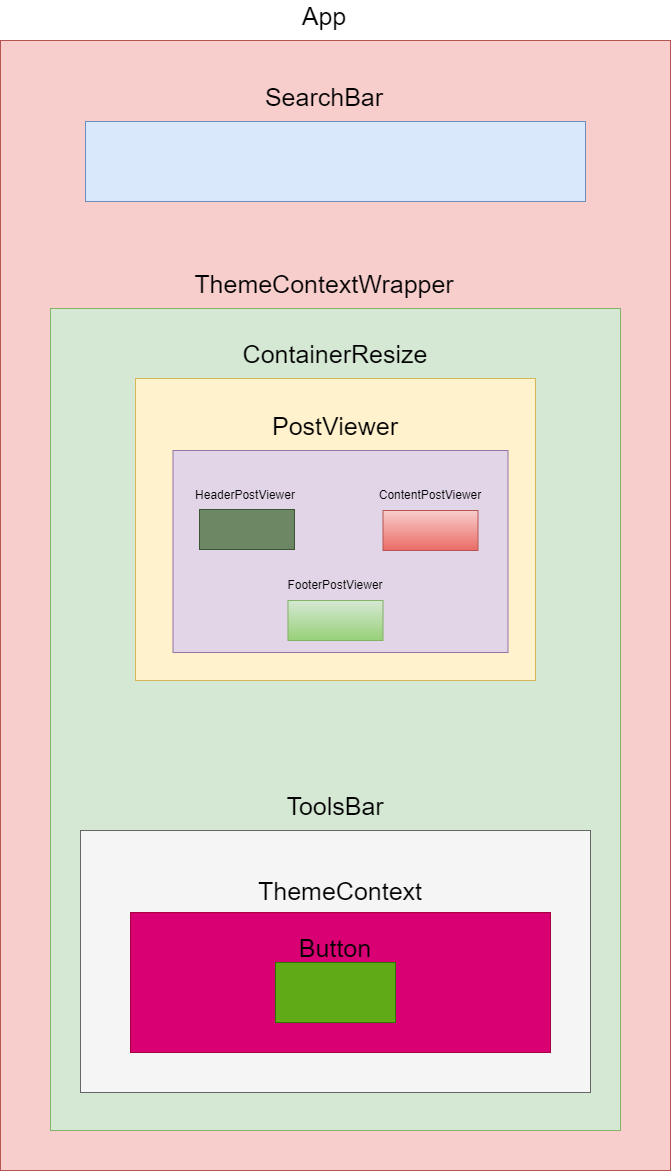
Before: documentation/images/agencement-composants.png, a diagram exported from draw.io (PikkMoune71/projet-react-ynov). Source tidied: cells renumbered, new cells last; positions are measured from the earlier drawing's top-left corner, leaving out a move shared by most shapes. Source of this version:
```xml
<mxGraphModel>
  <root>
    <mxCell id="0" />
    <mxCell id="1" parent="0" />
    <mxCell id="2" style="rounded=0;whiteSpace=wrap;html=1;fillColor=#f8cecc;strokeColor=#b85450;" parent="1" vertex="1">
      <mxGeometry y="40" width="670" height="1130" as="geometry" />
    </mxCell>
    <mxCell id="3" style="rounded=0;whiteSpace=wrap;html=1;fillColor=#dae8fc;strokeColor=#6c8ebf;" parent="1" vertex="1">
      <mxGeometry x="85" y="121" width="500" height="80" as="geometry" />
    </mxCell>
    <mxCell id="4" style="rounded=0;whiteSpace=wrap;html=1;fillColor=#d5e8d4;strokeColor=#82b366;" parent="1" vertex="1">
      <mxGeometry x="50" y="308" width="570" height="822" as="geometry" />
    </mxCell>
    <mxCell id="5" value="&lt;font style=&quot;font-size: 25px;&quot;&gt;App&lt;/font&gt;" style="text;html=1;strokeColor=none;fillColor=none;align=center;verticalAlign=middle;whiteSpace=wrap;rounded=0;" parent="1" vertex="1">
      <mxGeometry x="294" width="60" height="30" as="geometry" />
    </mxCell>
    <mxCell id="6" value="&lt;font style=&quot;font-size: 25px;&quot;&gt;SearchBar&lt;/font&gt;" style="text;html=1;strokeColor=none;fillColor=none;align=center;verticalAlign=middle;whiteSpace=wrap;rounded=0;" parent="1" vertex="1">
      <mxGeometry x="294" y="81" width="60" height="30" as="geometry" />
    </mxCell>
    <mxCell id="7" value="&lt;font style=&quot;font-size: 25px;&quot;&gt;ThemeContextWrapper&lt;/font&gt;" style="text;html=1;strokeColor=none;fillColor=none;align=center;verticalAlign=middle;whiteSpace=wrap;rounded=0;" parent="1" vertex="1">
      <mxGeometry x="294" y="268" width="60" height="30" as="geometry" />
    </mxCell>
    <mxCell id="8" style="rounded=0;whiteSpace=wrap;html=1;fontSize=25;fillColor=#fff2cc;strokeColor=#d6b656;" parent="1" vertex="1">
      <mxGeometry x="135" y="378" width="400" height="302" as="geometry" />
    </mxCell>
    <mxCell id="9" value="&lt;font style=&quot;font-size: 25px;&quot;&gt;ContainerResize&lt;/font&gt;" style="text;html=1;strokeColor=none;fillColor=none;align=center;verticalAlign=middle;whiteSpace=wrap;rounded=0;" parent="1" vertex="1">
      <mxGeometry x="305" y="338" width="60" height="30" as="geometry" />
    </mxCell>
    <mxCell id="10" style="rounded=0;whiteSpace=wrap;html=1;fontSize=25;fillColor=#f5f5f5;fontColor=#333333;strokeColor=#666666;" parent="1" vertex="1">
      <mxGeometry x="80" y="830" width="510" height="262" as="geometry" />
    </mxCell>
    <mxCell id="11" value="&lt;font style=&quot;font-size: 25px;&quot;&gt;ToolsBar&lt;/font&gt;" style="text;html=1;strokeColor=none;fillColor=none;align=center;verticalAlign=middle;whiteSpace=wrap;rounded=0;" parent="1" vertex="1">
      <mxGeometry x="305" y="790" width="60" height="30" as="geometry" />
    </mxCell>
    <mxCell id="12" style="rounded=0;whiteSpace=wrap;html=1;fontSize=25;fillColor=#d80073;fontColor=#ffffff;strokeColor=#A50040;" parent="1" vertex="1">
      <mxGeometry x="130" y="912" width="420" height="140" as="geometry" />
    </mxCell>
    <mxCell id="13" value="&lt;font style=&quot;font-size: 25px;&quot;&gt;ThemeContext&lt;br&gt;&lt;br&gt;&lt;/font&gt;" style="text;html=1;strokeColor=none;fillColor=none;align=center;verticalAlign=middle;whiteSpace=wrap;rounded=0;" parent="1" vertex="1">
      <mxGeometry x="310" y="890" width="60" height="30" as="geometry" />
    </mxCell>
    <mxCell id="14" style="rounded=0;whiteSpace=wrap;html=1;fontSize=25;fillColor=#60a917;fontColor=#ffffff;strokeColor=#2D7600;" parent="1" vertex="1">
      <mxGeometry x="275" y="962" width="120" height="60" as="geometry" />
    </mxCell>
    <mxCell id="15" value="&lt;font style=&quot;font-size: 25px;&quot;&gt;Button&lt;br&gt;&lt;/font&gt;" style="text;html=1;strokeColor=none;fillColor=none;align=center;verticalAlign=middle;whiteSpace=wrap;rounded=0;" parent="1" vertex="1">
      <mxGeometry x="305" y="932" width="60" height="30" as="geometry" />
    </mxCell>
    <mxCell id="16" style="rounded=0;whiteSpace=wrap;html=1;fontSize=25;fillColor=#e1d5e7;strokeColor=#9673a6;" parent="1" vertex="1">
      <mxGeometry x="172.5" y="450" width="335" height="202" as="geometry" />
    </mxCell>
    <mxCell id="17" value="&lt;font style=&quot;font-size: 25px;&quot;&gt;PostViewer&lt;/font&gt;" style="text;html=1;strokeColor=none;fillColor=none;align=center;verticalAlign=middle;whiteSpace=wrap;rounded=0;" parent="1" vertex="1">
      <mxGeometry x="305" y="410" width="60" height="30" as="geometry" />
    </mxCell>
    <mxCell id="18" style="rounded=0;whiteSpace=wrap;html=1;fontSize=25;fillColor=#6d8764;fontColor=#ffffff;strokeColor=#3A5431;" parent="1" vertex="1">
      <mxGeometry x="199" y="509" width="95" height="40" as="geometry" />
    </mxCell>
    <mxCell id="19" value="&lt;font style=&quot;font-size: 12px;&quot;&gt;HeaderPostViewer&lt;/font&gt;" style="text;html=1;strokeColor=none;fillColor=none;align=center;verticalAlign=middle;whiteSpace=wrap;rounded=0;" parent="1" vertex="1">
      <mxGeometry x="215" y="480" width="60" height="30" as="geometry" />
    </mxCell>
    <mxCell id="20" value="&lt;font style=&quot;font-size: 12px;&quot;&gt;ContentPostViewer&lt;/font&gt;" style="text;html=1;strokeColor=none;fillColor=none;align=center;verticalAlign=middle;whiteSpace=wrap;rounded=0;" parent="1" vertex="1">
      <mxGeometry x="400" y="480" width="60" height="30" as="geometry" />
    </mxCell>
    <mxCell id="21" style="rounded=0;whiteSpace=wrap;html=1;fontSize=25;fillColor=#f8cecc;gradientColor=#ea6b66;strokeColor=#b85450;" parent="1" vertex="1">
      <mxGeometry x="382.5" y="510" width="95" height="40" as="geometry" />
    </mxCell>
    <mxCell id="22" value="&lt;font style=&quot;font-size: 12px;&quot;&gt;FooterPostViewer&lt;/font&gt;" style="text;html=1;strokeColor=none;fillColor=none;align=center;verticalAlign=middle;whiteSpace=wrap;rounded=0;" parent="1" vertex="1">
      <mxGeometry x="305" y="570" width="60" height="30" as="geometry" />
    </mxCell>
    <mxCell id="23" style="rounded=0;whiteSpace=wrap;html=1;fontSize=25;fillColor=#d5e8d4;gradientColor=#97d077;strokeColor=#82b366;" parent="1" vertex="1">
      <mxGeometry x="287.5" y="600" width="95" height="40" as="geometry" />
    </mxCell>
  </root>
</mxGraphModel>
```
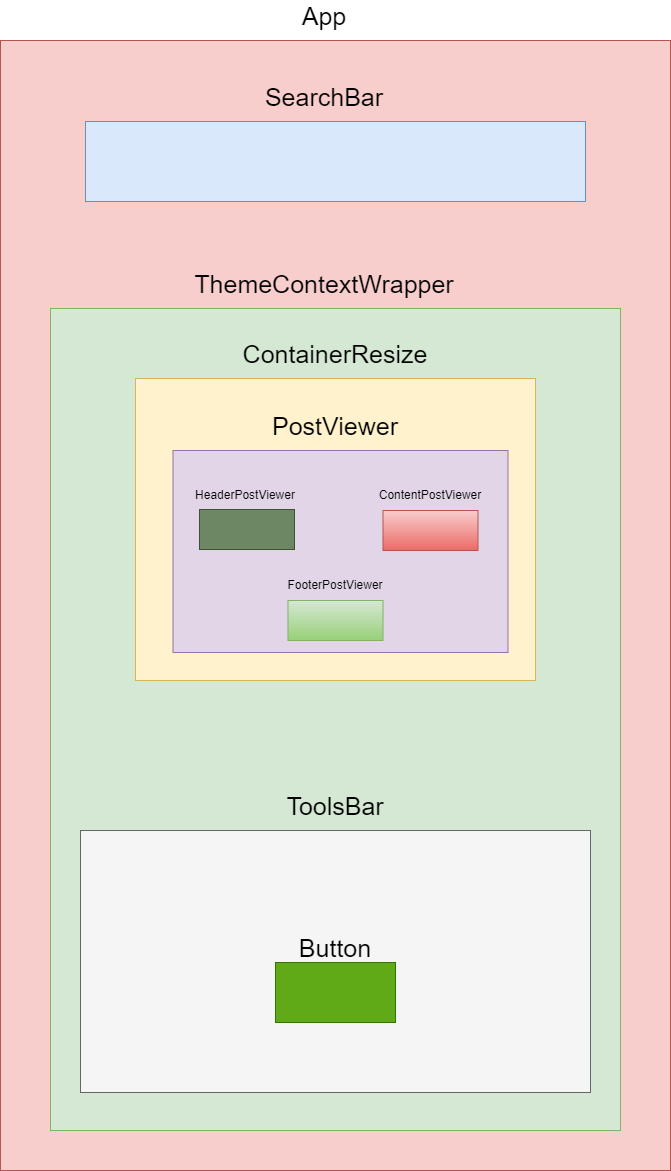
Later version of the same file.

Change to the diagram source:
```diff
@@ -32,12 +32,6 @@
     <mxCell id="11" value="&lt;font style=&quot;font-size: 25px;&quot;&gt;ToolsBar&lt;/font&gt;" style="text;html=1;strokeColor=none;fillColor=none;align=center;verticalAlign=middle;whiteSpace=wrap;rounded=0;" parent="1" vertex="1">
       <mxGeometry x="305" y="790" width="60" height="30" as="geometry" />
     </mxCell>
-    <mxCell id="12" style="rounded=0;whiteSpace=wrap;html=1;fontSize=25;fillColor=#d80073;fontColor=#ffffff;strokeColor=#A50040;" parent="1" vertex="1">
-      <mxGeometry x="130" y="912" width="420" height="140" as="geometry" />
-    </mxCell>
-    <mxCell id="13" value="&lt;font style=&quot;font-size: 25px;&quot;&gt;ThemeContext&lt;br&gt;&lt;br&gt;&lt;/font&gt;" style="text;html=1;strokeColor=none;fillColor=none;align=center;verticalAlign=middle;whiteSpace=wrap;rounded=0;" parent="1" vertex="1">
-      <mxGeometry x="310" y="890" width="60" height="30" as="geometry" />
-    </mxCell>
     <mxCell id="14" style="rounded=0;whiteSpace=wrap;html=1;fontSize=25;fillColor=#60a917;fontColor=#ffffff;strokeColor=#2D7600;" parent="1" vertex="1">
       <mxGeometry x="275" y="962" width="120" height="60" as="geometry" />
     </mxCell>
```
